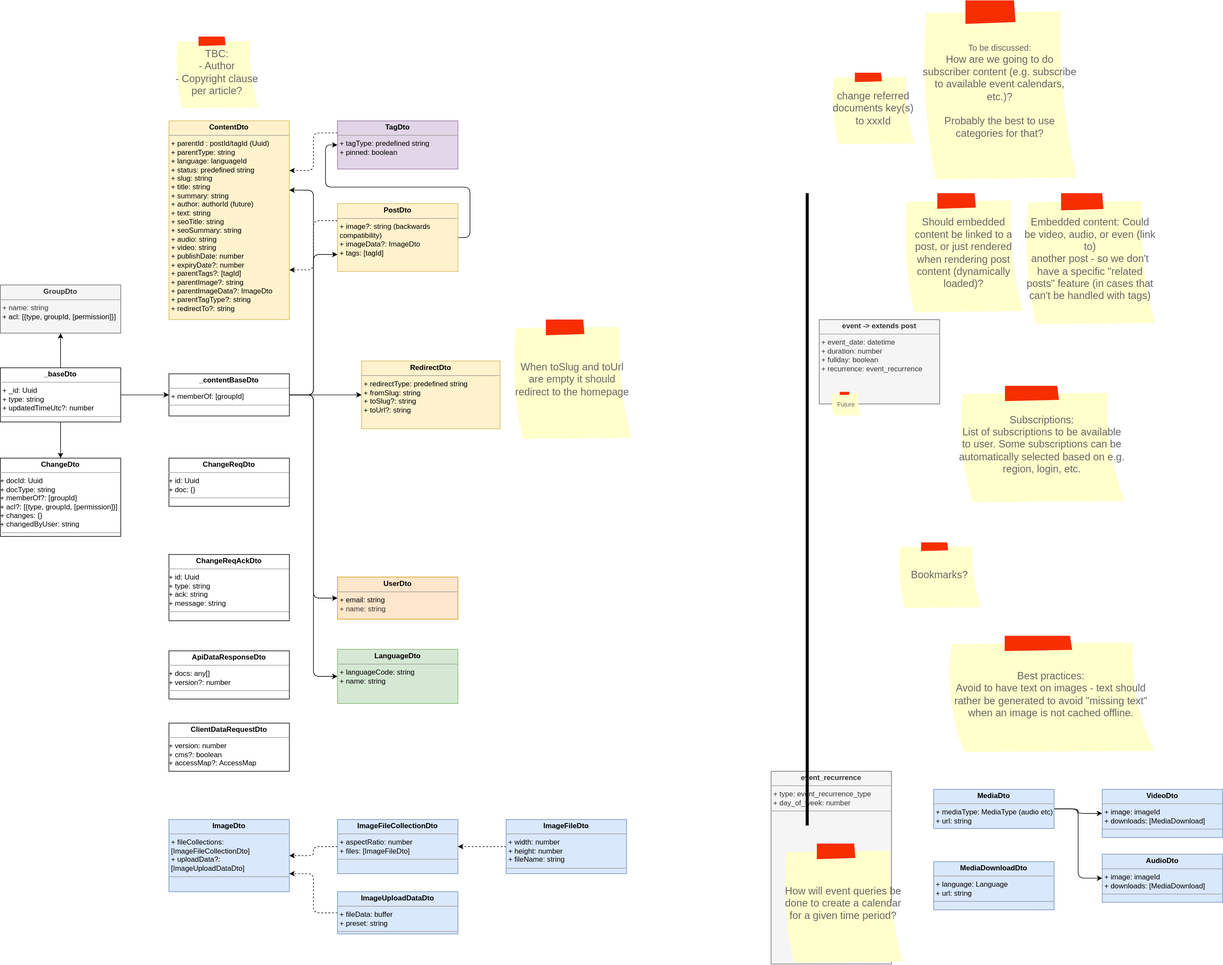
Earlier version of the draw.io export docs/datamodel.drawio.svg (bccsa/luminary). Source tidied: cells renumbered, new cells last; positions are measured from the earlier drawing's top-left corner, leaving out a move shared by most shapes.
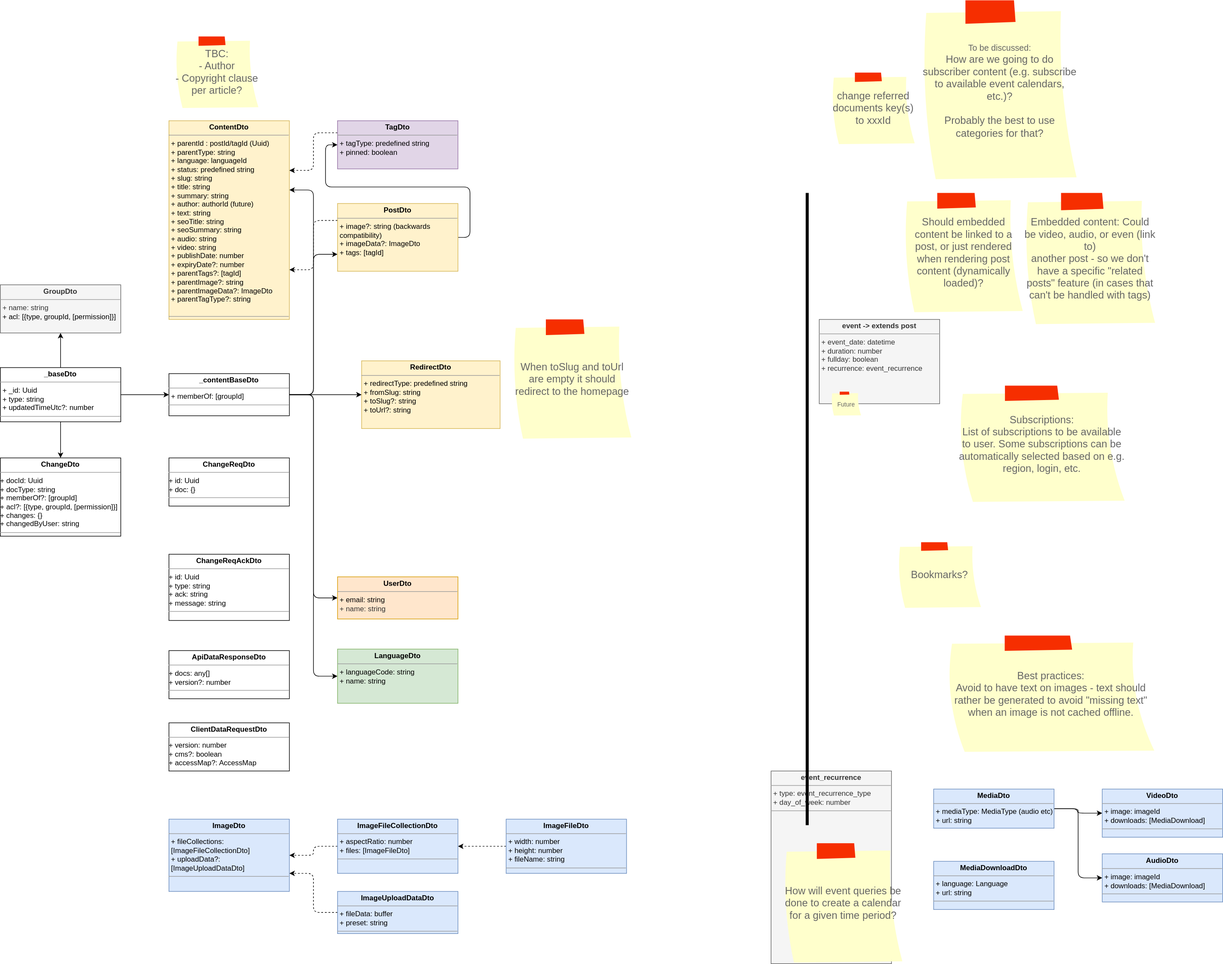
The same diagram one commit later.

Change to the diagram source:
```diff
@@ -2,7 +2,7 @@
   <root>
     <mxCell id="0" />
     <mxCell id="1" parent="0" />
-    <mxCell id="2" value="&lt;p style=&quot;margin:0px;margin-top:4px;text-align:center;&quot;&gt;&lt;b&gt;ContentDto&lt;/b&gt;&lt;/p&gt;&lt;hr size=&quot;1&quot;&gt;&lt;p style=&quot;border-color: var(--border-color); margin: 0px 0px 0px 4px;&quot;&gt;&lt;span style=&quot;border-color: var(--border-color); background-color: initial;&quot;&gt;&lt;/span&gt;&lt;/p&gt;&lt;p style=&quot;border-color: var(--border-color); margin: 0px 0px 0px 4px;&quot;&gt;&lt;span style=&quot;border-color: var(--border-color); background-color: initial;&quot;&gt;+ parentId&lt;/span&gt;&lt;span style=&quot;background-color: initial;&quot;&gt;: postId/tagId (Uuid)&lt;/span&gt;&lt;/p&gt;&lt;p style=&quot;border-color: var(--border-color); margin: 0px 0px 0px 4px;&quot;&gt;&lt;span style=&quot;background-color: initial;&quot;&gt;+ parentType: string&lt;/span&gt;&lt;/p&gt;&lt;p style=&quot;border-color: var(--border-color); margin: 0px 0px 0px 4px;&quot;&gt;&lt;span style=&quot;border-color: var(--border-color); background-color: initial;&quot;&gt;+ language: languageId&lt;/span&gt;&lt;/p&gt;&lt;p style=&quot;border-color: var(--border-color); margin: 0px 0px 0px 4px;&quot;&gt;&lt;span style=&quot;border-color: var(--border-color); background-color: initial;&quot;&gt;+ status: predefined string&lt;br&gt;&lt;/span&gt;&lt;/p&gt;&lt;p style=&quot;border-color: var(--border-color); margin: 0px 0px 0px 4px;&quot;&gt;+ slug: string&lt;/p&gt;&lt;p style=&quot;margin:0px;margin-left:4px;&quot;&gt;+ title: string&lt;/p&gt;&lt;p style=&quot;margin:0px;margin-left:4px;&quot;&gt;+ summary: string&lt;/p&gt;&lt;p style=&quot;margin:0px;margin-left:4px;&quot;&gt;+ author: authorId (future)&lt;br&gt;&lt;/p&gt;&lt;p style=&quot;margin:0px;margin-left:4px;&quot;&gt;+ text: string&lt;/p&gt;&lt;p style=&quot;margin:0px;margin-left:4px;&quot;&gt;+ seoTitle: string&lt;/p&gt;&lt;p style=&quot;margin:0px;margin-left:4px;&quot;&gt;+ seoSummary: string&lt;/p&gt;&lt;p style=&quot;margin:0px;margin-left:4px;&quot;&gt;+ audio: string&lt;/p&gt;&lt;p style=&quot;margin:0px;margin-left:4px;&quot;&gt;+ video: string&lt;/p&gt;&lt;p style=&quot;border-color: var(--border-color); margin: 0px 0px 0px 4px;&quot;&gt;&lt;span style=&quot;border-color: var(--border-color); background-color: initial;&quot;&gt;+ publishDate: number&lt;/span&gt;&lt;br style=&quot;border-color: var(--border-color);&quot;&gt;&lt;/p&gt;&lt;p style=&quot;border-color: var(--border-color); margin: 0px 0px 0px 4px;&quot;&gt;+ expiryDate?: number&lt;/p&gt;&lt;p style=&quot;border-color: var(--border-color); margin: 0px 0px 0px 4px;&quot;&gt;+ parentTags?: [tagId]&lt;/p&gt;&lt;p style=&quot;border-color: var(--border-color); margin: 0px 0px 0px 4px;&quot;&gt;+ parentImage?: string&lt;/p&gt;&lt;p style=&quot;border-color: var(--border-color); margin: 0px 0px 0px 4px;&quot;&gt;+ parentImageData?: ImageDto&lt;/p&gt;&lt;p style=&quot;border-color: var(--border-color); margin: 0px 0px 0px 4px;&quot;&gt;+ parentTagType?: string&lt;/p&gt;&lt;p style=&quot;border-color: var(--border-color); margin: 0px 0px 0px 4px;&quot;&gt;+ redirectTo?: string&lt;/p&gt;&lt;p style=&quot;border-color: var(--border-color); margin: 0px 0px 0px 4px;&quot;&gt;&lt;br&gt;&lt;/p&gt;&lt;hr size=&quot;1&quot;&gt;&lt;p style=&quot;margin:0px;margin-left:4px;&quot;&gt;&lt;br&gt;&lt;/p&gt;" style="verticalAlign=top;align=left;overflow=fill;fontSize=12;fontFamily=Helvetica;html=1;whiteSpace=wrap;fillColor=#fff2cc;strokeColor=#d6b656;" parent="1" vertex="1">
+    <mxCell id="2" value="&lt;p style=&quot;margin:0px;margin-top:4px;text-align:center;&quot;&gt;&lt;b&gt;ContentDto&lt;/b&gt;&lt;/p&gt;&lt;hr size=&quot;1&quot;&gt;&lt;p style=&quot;border-color: var(--border-color); margin: 0px 0px 0px 4px;&quot;&gt;&lt;span style=&quot;border-color: var(--border-color); background-color: initial;&quot;&gt;&lt;/span&gt;&lt;/p&gt;&lt;p style=&quot;border-color: var(--border-color); margin: 0px 0px 0px 4px;&quot;&gt;&lt;span style=&quot;border-color: var(--border-color); background-color: initial;&quot;&gt;+ parentId&lt;/span&gt;&lt;span style=&quot;background-color: initial;&quot;&gt;: postId/tagId (Uuid)&lt;/span&gt;&lt;/p&gt;&lt;p style=&quot;border-color: var(--border-color); margin: 0px 0px 0px 4px;&quot;&gt;&lt;span style=&quot;background-color: initial;&quot;&gt;+ parentType: string&lt;/span&gt;&lt;/p&gt;&lt;p style=&quot;border-color: var(--border-color); margin: 0px 0px 0px 4px;&quot;&gt;&lt;span style=&quot;border-color: var(--border-color); background-color: initial;&quot;&gt;+ language: languageId&lt;/span&gt;&lt;/p&gt;&lt;p style=&quot;border-color: var(--border-color); margin: 0px 0px 0px 4px;&quot;&gt;&lt;span style=&quot;border-color: var(--border-color); background-color: initial;&quot;&gt;+ status: predefined string&lt;br&gt;&lt;/span&gt;&lt;/p&gt;&lt;p style=&quot;border-color: var(--border-color); margin: 0px 0px 0px 4px;&quot;&gt;+ slug: string&lt;/p&gt;&lt;p style=&quot;margin:0px;margin-left:4px;&quot;&gt;+ title: string&lt;/p&gt;&lt;p style=&quot;margin:0px;margin-left:4px;&quot;&gt;+ summary: string&lt;/p&gt;&lt;p style=&quot;margin:0px;margin-left:4px;&quot;&gt;+ author: authorId (future)&lt;br&gt;&lt;/p&gt;&lt;p style=&quot;margin:0px;margin-left:4px;&quot;&gt;+ text: string&lt;/p&gt;&lt;p style=&quot;margin:0px;margin-left:4px;&quot;&gt;+ seoTitle: string&lt;/p&gt;&lt;p style=&quot;margin:0px;margin-left:4px;&quot;&gt;+ seoSummary: string&lt;/p&gt;&lt;p style=&quot;margin:0px;margin-left:4px;&quot;&gt;+ audio: string&lt;/p&gt;&lt;p style=&quot;margin:0px;margin-left:4px;&quot;&gt;+ video: string&lt;/p&gt;&lt;p style=&quot;border-color: var(--border-color); margin: 0px 0px 0px 4px;&quot;&gt;&lt;span style=&quot;border-color: var(--border-color); background-color: initial;&quot;&gt;+ publishDate: number&lt;/span&gt;&lt;br style=&quot;border-color: var(--border-color);&quot;&gt;&lt;/p&gt;&lt;p style=&quot;border-color: var(--border-color); margin: 0px 0px 0px 4px;&quot;&gt;+ expiryDate?: number&lt;/p&gt;&lt;p style=&quot;border-color: var(--border-color); margin: 0px 0px 0px 4px;&quot;&gt;+ parentTags?: [tagId]&lt;/p&gt;&lt;p style=&quot;border-color: var(--border-color); margin: 0px 0px 0px 4px;&quot;&gt;+ parentImage?: string&lt;/p&gt;&lt;p style=&quot;border-color: var(--border-color); margin: 0px 0px 0px 4px;&quot;&gt;+ parentImageData?: ImageDto&lt;/p&gt;&lt;p style=&quot;border-color: var(--border-color); margin: 0px 0px 0px 4px;&quot;&gt;+ parentTagType?: string&lt;/p&gt;&lt;p style=&quot;border-color: var(--border-color); margin: 0px 0px 0px 4px;&quot;&gt;&lt;br&gt;&lt;/p&gt;&lt;hr size=&quot;1&quot;&gt;&lt;p style=&quot;margin:0px;margin-left:4px;&quot;&gt;&lt;br&gt;&lt;/p&gt;" style="verticalAlign=top;align=left;overflow=fill;fontSize=12;fontFamily=Helvetica;html=1;whiteSpace=wrap;fillColor=#fff2cc;strokeColor=#d6b656;" parent="1" vertex="1">
       <mxGeometry x="280" y="200" width="200" height="330" as="geometry" />
     </mxCell>
     <mxCell id="3" style="edgeStyle=orthogonalEdgeStyle;rounded=1;jettySize=auto;html=1;exitX=1;exitY=0.5;exitDx=0;exitDy=0;entryX=0;entryY=0.75;entryDx=0;entryDy=0;curved=0;" parent="1" edge="1" source="37" target="19">
```
